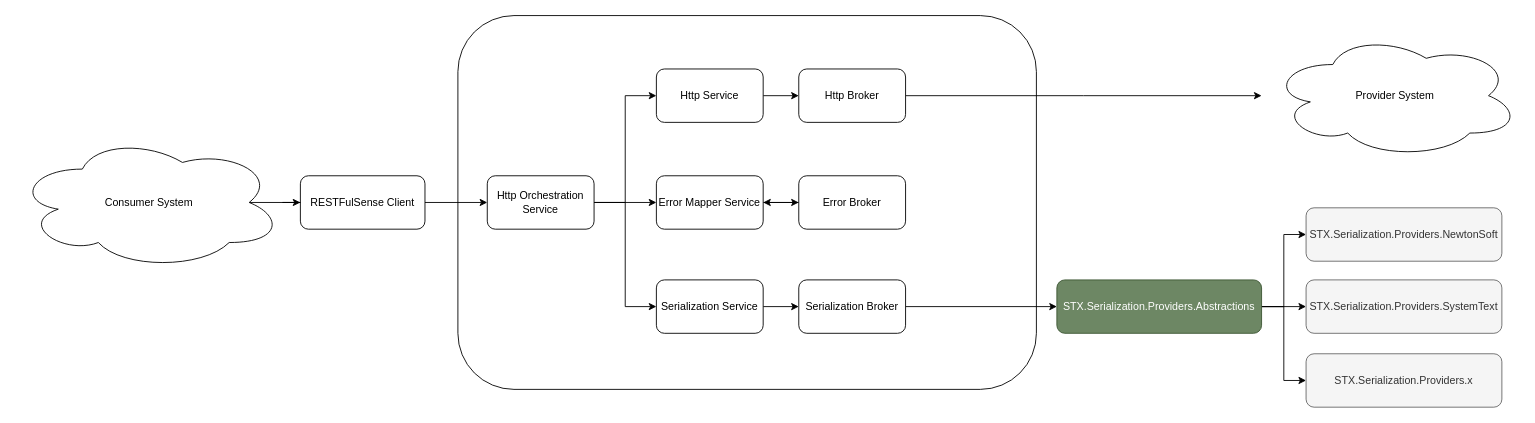
Above: Resources/Diagrams/stx-restFulSense.drawio in The-Standard-Organization/STX.REST.RESTFulSense.Clients (draw.io), before the change. Source tidied: cells renumbered, new cells numbered last; positions are measured from the earlier drawing's top-left corner, leaving out a move shared by most shapes. Both pictures are drawn from the tidied source at 89%, with x=0, y=0 at pixel (15, 15).
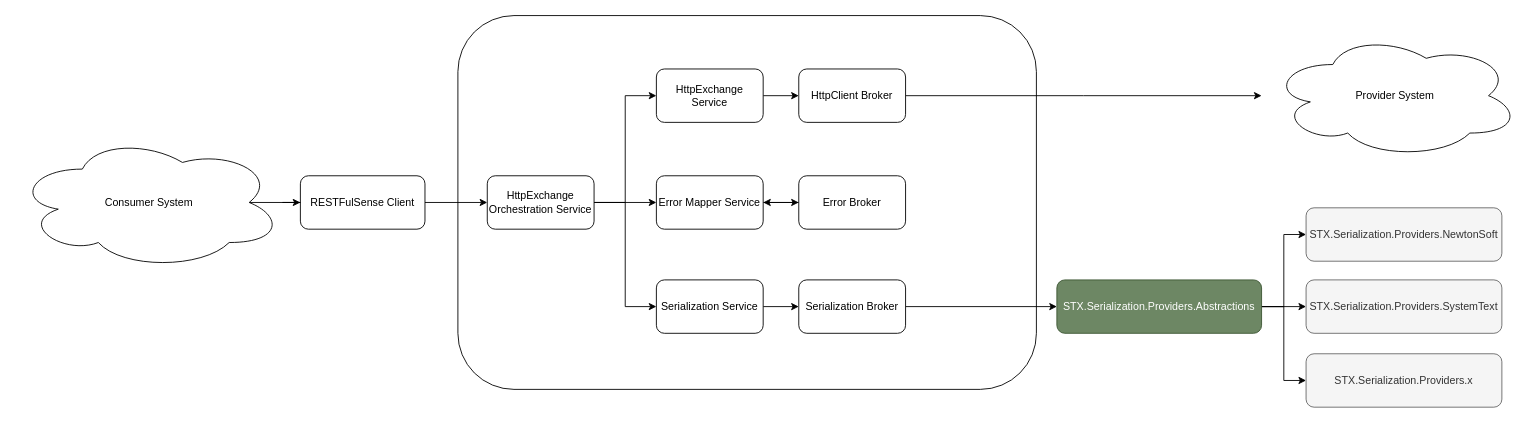
The same page after the edit.

Commit message (it also covers changes not shown here):
DOCUMENTATION: Diagram Update HttpExchange

Closes: #49

Diff of the diagram source:
```diff
@@
-    <mxCell id="6" value="Http Orchestration Service" style="rounded=1;whiteSpace=wrap;html=1;" parent="1" vertex="1">
+    <mxCell id="6" value="HttpExchange Orchestration Service" style="rounded=1;whiteSpace=wrap;html=1;" parent="1" vertex="1">
       <mxGeometry x="530" y="180" width="120" height="60" as="geometry" />
     </mxCell>
@@
-    <mxCell id="8" value="Http Service" style="rounded=1;whiteSpace=wrap;html=1;" parent="1" vertex="1">
+    <mxCell id="8" value="HttpExchange Service" style="rounded=1;whiteSpace=wrap;html=1;" parent="1" vertex="1">
       <mxGeometry x="720" y="60" width="120" height="60" as="geometry" />
     </mxCell>
@@
-    <mxCell id="16" value="Http Broker" style="rounded=1;whiteSpace=wrap;html=1;" parent="1" vertex="1">
+    <mxCell id="16" value="HttpClient Broker" style="rounded=1;whiteSpace=wrap;html=1;" parent="1" vertex="1">
       <mxGeometry x="880" y="60" width="120" height="60" as="geometry" />
     </mxCell>
```
